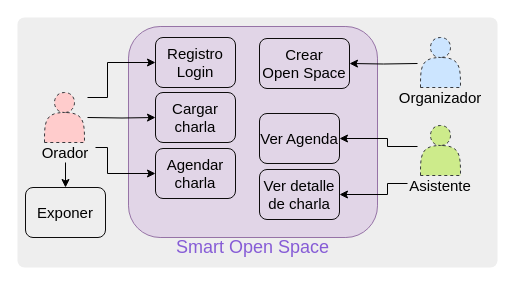
AugustoConti/smart-open-space keeps this draw.io diagram as other/CasoDeUso.drawio. Above is the earlier version. Source tidied: cells renumbered, new cells numbered last; positions are measured from the earlier drawing's top-left corner, leaving out a move shared by most shapes. Both pictures are drawn from the tidied source at 100%, with x=0, y=0 at pixel (17, 17).
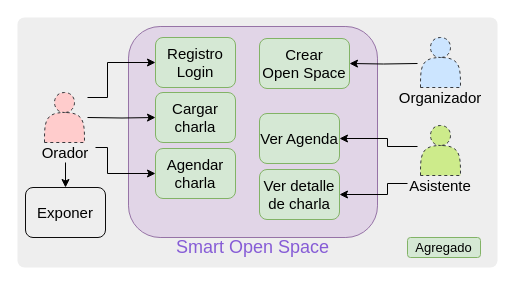
The same diagram, later.

The edit, as a diff of the source:
```diff
@@
-    <mxCell id="13" value="Registro&lt;br&gt;Login" style="shape=ext;rounded=1;html=1;whiteSpace=wrap;shadow=0;glass=0;labelBackgroundColor=none;strokeColor=#0D0C0C;strokeWidth=1;fillColor=none;gradientColor=none;fontSize=15;align=center;" parent="1" vertex="1">
+    <mxCell id="13" value="Registro&lt;br&gt;Login" style="shape=ext;rounded=1;html=1;whiteSpace=wrap;shadow=0;glass=0;labelBackgroundColor=none;strokeColor=#82b366;strokeWidth=1;fillColor=#d5e8d4;fontSize=15;align=center;" parent="1" vertex="1">
       <mxGeometry x="138" y="20" width="80" height="50" as="geometry" />
     </mxCell>
-    <mxCell id="14" value="Cargar&lt;br&gt;charla" style="shape=ext;rounded=1;html=1;whiteSpace=wrap;shadow=0;glass=0;labelBackgroundColor=none;strokeColor=#0D0C0C;strokeWidth=1;fillColor=none;gradientColor=none;fontSize=15;align=center;" parent="1" vertex="1">
+    <mxCell id="14" value="Cargar&lt;br&gt;charla" style="shape=ext;rounded=1;html=1;whiteSpace=wrap;shadow=0;glass=0;labelBackgroundColor=none;strokeColor=#82b366;strokeWidth=1;fillColor=#d5e8d4;fontSize=15;align=center;" parent="1" vertex="1">
       <mxGeometry x="138" y="75" width="80" height="50" as="geometry" />
     </mxCell>
@@
-    <mxCell id="16" value="Agendar&lt;br&gt;charla" style="shape=ext;rounded=1;html=1;whiteSpace=wrap;shadow=0;glass=0;labelBackgroundColor=none;strokeColor=#0D0C0C;strokeWidth=1;fillColor=none;gradientColor=none;fontSize=15;align=center;" parent="1" vertex="1">
+    <mxCell id="16" value="Agendar&lt;br&gt;charla" style="shape=ext;rounded=1;html=1;whiteSpace=wrap;shadow=0;glass=0;labelBackgroundColor=none;strokeColor=#82b366;strokeWidth=1;fillColor=#d5e8d4;fontSize=15;align=center;" parent="1" vertex="1">
       <mxGeometry x="138" y="131" width="80" height="50" as="geometry" />
     </mxCell>
-    <mxCell id="17" value="Ver Agenda" style="shape=ext;rounded=1;html=1;whiteSpace=wrap;shadow=0;glass=0;labelBackgroundColor=none;strokeColor=#0D0C0C;strokeWidth=1;fillColor=none;gradientColor=none;fontSize=15;align=center;" parent="1" vertex="1">
+    <mxCell id="17" value="Ver Agenda" style="shape=ext;rounded=1;html=1;whiteSpace=wrap;shadow=0;glass=0;labelBackgroundColor=none;strokeColor=#82b366;strokeWidth=1;fillColor=#d5e8d4;fontSize=15;align=center;" parent="1" vertex="1">
       <mxGeometry x="242" y="96" width="80" height="50" as="geometry" />
     </mxCell>
-    <mxCell id="18" value="Ver detalle de charla" style="shape=ext;rounded=1;html=1;whiteSpace=wrap;shadow=0;glass=0;labelBackgroundColor=none;strokeColor=#0D0C0C;strokeWidth=1;fillColor=none;gradientColor=none;fontSize=15;align=center;" parent="1" vertex="1">
+    <mxCell id="18" value="Ver detalle de charla" style="shape=ext;rounded=1;html=1;whiteSpace=wrap;shadow=0;glass=0;labelBackgroundColor=none;strokeColor=#82b366;strokeWidth=1;fillColor=#d5e8d4;fontSize=15;align=center;" parent="1" vertex="1">
       <mxGeometry x="242" y="152" width="80" height="50" as="geometry" />
     </mxCell>
-    <mxCell id="19" value="Crear&lt;br&gt;Open Space" style="shape=ext;rounded=1;html=1;whiteSpace=wrap;shadow=0;glass=0;labelBackgroundColor=none;strokeColor=#0D0C0C;strokeWidth=1;fillColor=none;gradientColor=none;fontSize=15;align=center;" parent="1" vertex="1">
+    <mxCell id="19" value="Crear&lt;br&gt;Open Space" style="shape=ext;rounded=1;html=1;whiteSpace=wrap;shadow=0;glass=0;labelBackgroundColor=none;strokeColor=#82b366;strokeWidth=1;fillColor=#d5e8d4;fontSize=15;align=center;" parent="1" vertex="1">
       <mxGeometry x="242" y="21" width="90" height="50" as="geometry" />
     </mxCell>
@@
+    <mxCell id="28" value="Agregado" style="shape=ext;rounded=1;html=1;whiteSpace=wrap;shadow=0;glass=0;labelBackgroundColor=none;strokeColor=#82b366;strokeWidth=1;fillColor=#d5e8d4;fontSize=13;align=center;" parent="1" vertex="1">
+      <mxGeometry x="390" y="220" width="73" height="20" as="geometry" />
+    </mxCell>
```
